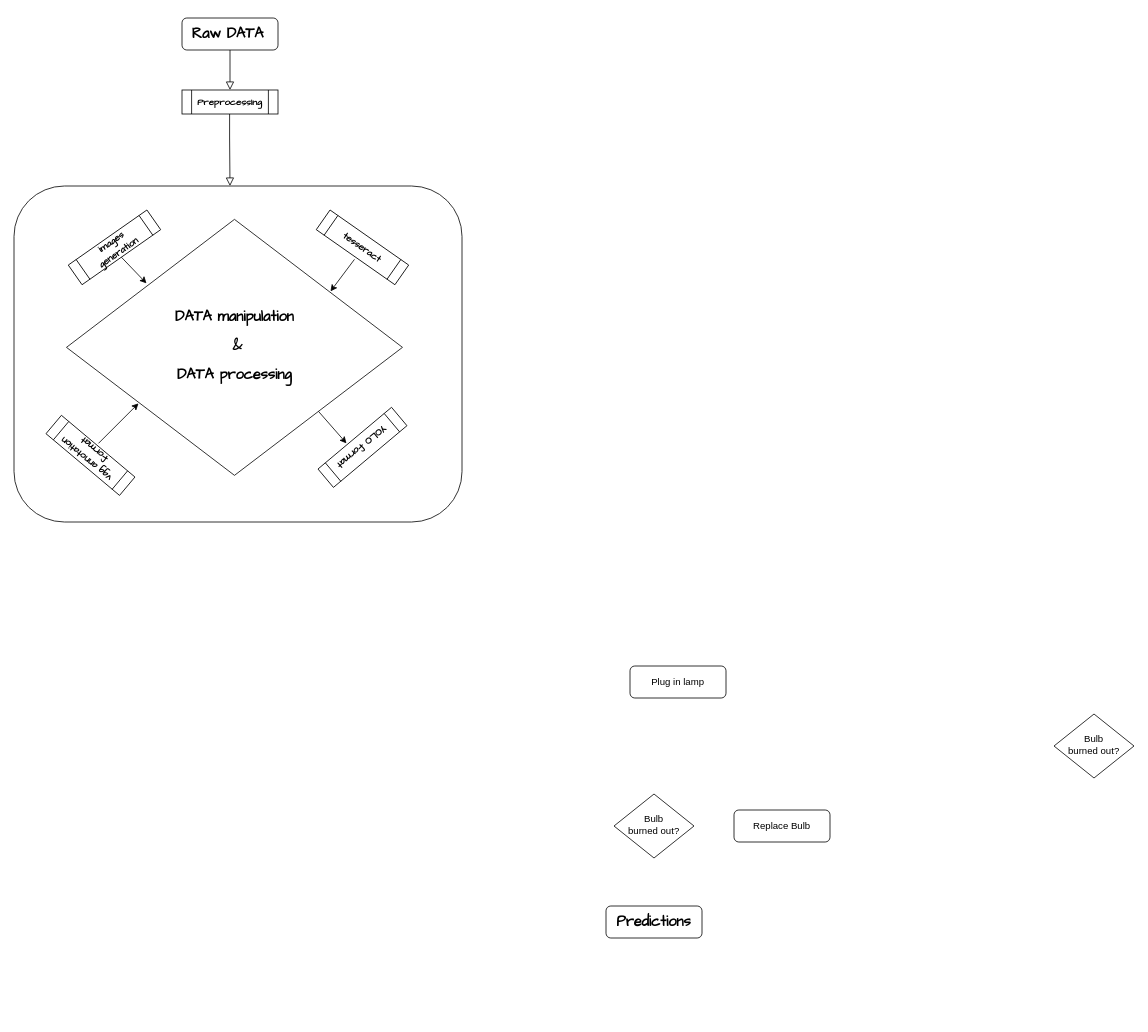
The draw.io diagram pipeline/Untitled Diagram.drawio in IsmaelMekene/OCR-medicalword-detection, before the edit. Source tidied: cells renumbered, new cells numbered last; positions are measured from the earlier drawing's top-left corner, leaving out a move shared by most shapes. Both pictures are drawn from the tidied source at 80%, with x=0, y=0 at pixel (14, 18).
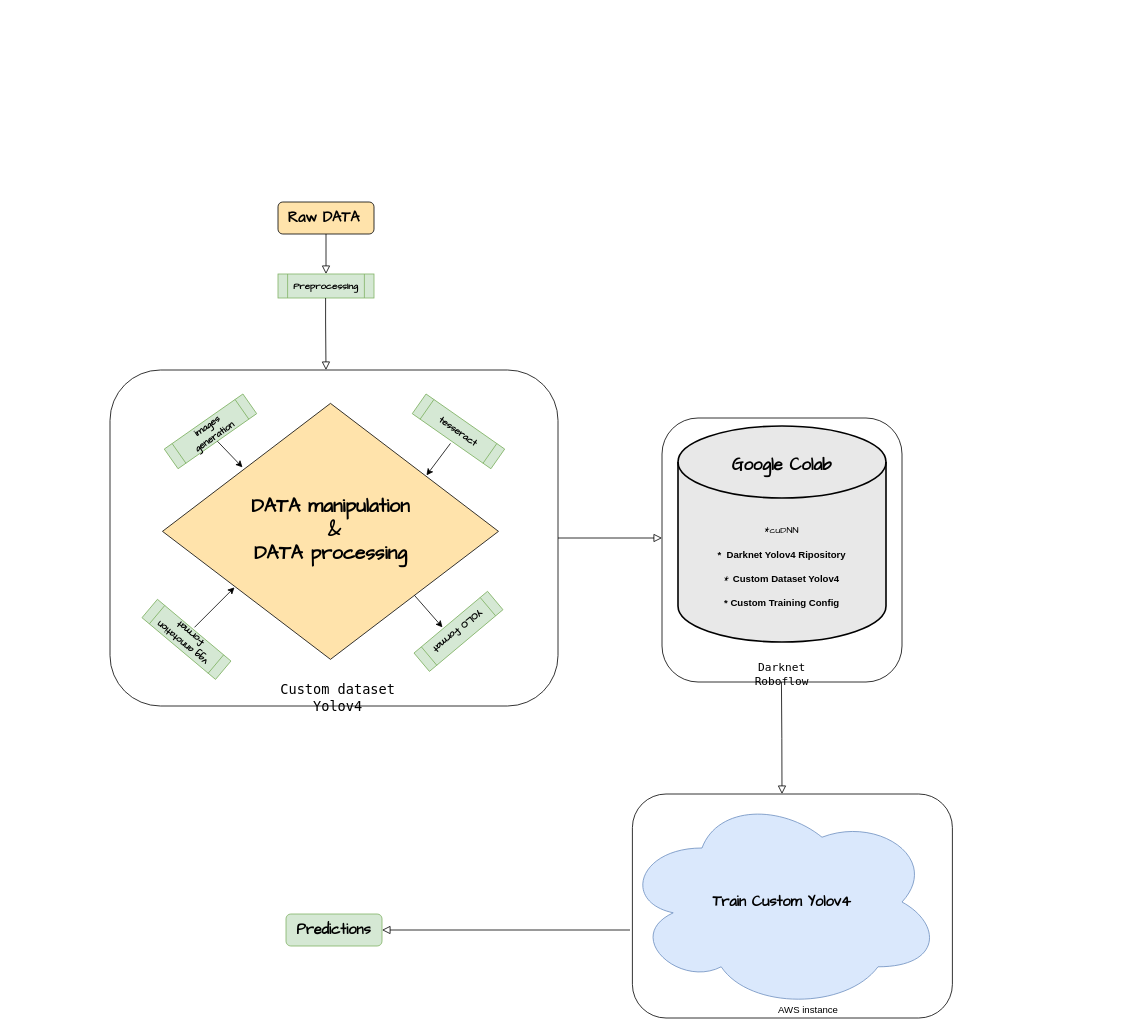
The same page after the edit.

Unchanged cells that the change refers to:
```xml
<mxCell id="9" style="group;" parent="7" vertex="1">
  <mxGeometry y="240" width="506.7" height="390" as="geometry" />
</mxCell>
<mxCell id="19" style="group;" parent="7" vertex="1">
  <mxGeometry x="170" width="120" height="120" as="geometry" />
</mxCell>
```

What changed in the source:
```diff
@@
-    <mxCell id="2" value="Plug in lamp" style="rounded=1;whiteSpace=wrap;html=1;fontSize=12;glass=0;strokeWidth=1;shadow=0;" parent="1" vertex="1">
-      <mxGeometry x="770" y="810" width="120" height="40" as="geometry" />
-    </mxCell>
-    <mxCell id="3" style="group;" parent="1" vertex="1">
-      <mxGeometry x="740" y="970" width="280" height="180" as="geometry" />
-    </mxCell>
-    <mxCell id="4" value="Bulb&lt;br&gt;burned out?" style="rhombus;whiteSpace=wrap;html=1;shadow=0;fontFamily=Helvetica;fontSize=12;align=center;strokeWidth=1;spacing=6;spacingTop=-4;" parent="3" vertex="1">
-      <mxGeometry x="10" width="100" height="80" as="geometry" />
-    </mxCell>
-    <mxCell id="5" value="&lt;h2&gt;&lt;font face=&quot;Comic Sans MS&quot;&gt;Predictions&lt;/font&gt;&lt;/h2&gt;" style="rounded=1;whiteSpace=wrap;html=1;fontSize=12;glass=0;strokeWidth=1;shadow=0;" parent="3" vertex="1">
-      <mxGeometry y="140" width="120" height="40" as="geometry" />
-    </mxCell>
-    <mxCell id="6" value="Replace Bulb" style="rounded=1;whiteSpace=wrap;html=1;fontSize=12;glass=0;strokeWidth=1;shadow=0;" parent="3" vertex="1">
-      <mxGeometry x="160" y="20" width="120" height="40" as="geometry" />
-    </mxCell>
+    <mxCell id="25" style="group;" parent="1" vertex="1">
+      <mxGeometry x="160" y="230" width="1013" height="1020" as="geometry" />
+    </mxCell>
-    <mxCell id="7" style="group;" parent="1" vertex="1">
-      <mxGeometry x="40" width="520" height="630" as="geometry" />
+    <mxCell id="7" style="group;" parent="25" vertex="1">
+      <mxGeometry width="520" height="630" as="geometry" />
     </mxCell>
@@
-    <mxCell id="10" value="&lt;h2&gt;&lt;font face=&quot;Comic Sans MS&quot;&gt;DATA manipulation&lt;/font&gt;&lt;/h2&gt;&lt;h2&gt;&lt;font face=&quot;Comic Sans MS&quot;&gt;&amp;nbsp;&amp;amp;&lt;/font&gt;&lt;/h2&gt;&lt;h2&gt;&lt;font face=&quot;Comic Sans MS&quot;&gt;DATA processing&lt;/font&gt;&lt;/h2&gt;" style="rhombus;whiteSpace=wrap;html=1;shadow=0;fontFamily=Helvetica;fontSize=12;align=center;strokeWidth=1;spacing=6;spacingTop=-4;" parent="9" vertex="1">
+    <mxCell id="10" value="&lt;h1&gt;&lt;font face=&quot;Comic Sans MS&quot;&gt;DATA manipulation&lt;br&gt;&lt;/font&gt;&lt;font face=&quot;Comic Sans MS&quot;&gt;&amp;nbsp;&amp;amp;&lt;br&gt;&lt;/font&gt;&lt;font face=&quot;Comic Sans MS&quot;&gt;DATA processing&lt;/font&gt;&lt;/h1&gt;" style="rhombus;whiteSpace=wrap;html=1;shadow=0;fontFamily=Helvetica;fontSize=12;align=center;strokeWidth=1;spacing=6;spacingTop=-4;fillColor=#FFE3AB;" parent="9" vertex="1">
       <mxGeometry x="25.6" y="11.7" width="420" height="320" as="geometry" />
     </mxCell>
-    <mxCell id="11" value="&lt;h4&gt;&lt;font face=&quot;Comic Sans MS&quot;&gt;images generation&lt;/font&gt;&lt;/h4&gt;" style="shape=process;whiteSpace=wrap;html=1;backgroundOutline=1;fontStyle=1;rotation=-35;" parent="9" vertex="1">
+    <mxCell id="11" value="&lt;h4&gt;&lt;font face=&quot;Comic Sans MS&quot;&gt;images generation&lt;/font&gt;&lt;/h4&gt;" style="shape=process;whiteSpace=wrap;html=1;backgroundOutline=1;fontStyle=1;rotation=-35;fillColor=#d5e8d4;strokeColor=#82b366;" parent="9" vertex="1">
       <mxGeometry x="25.6" y="31.7" width="120" height="30" as="geometry" />
     </mxCell>
-    <mxCell id="12" value="&lt;h4&gt;&lt;font face=&quot;Comic Sans MS&quot;&gt;tesseract&lt;/font&gt;&lt;/h4&gt;" style="shape=process;whiteSpace=wrap;html=1;backgroundOutline=1;fontStyle=1;rotation=35;direction=west;" parent="9" vertex="1">
+    <mxCell id="12" value="&lt;h4&gt;&lt;font face=&quot;Comic Sans MS&quot;&gt;tesseract&lt;/font&gt;&lt;/h4&gt;" style="shape=process;whiteSpace=wrap;html=1;backgroundOutline=1;fontStyle=1;rotation=35;direction=west;fillColor=#d5e8d4;strokeColor=#82b366;" parent="9" vertex="1">
       <mxGeometry x="335.6" y="31.7" width="120" height="30" as="geometry" />
     </mxCell>
-    <mxCell id="13" value="&lt;h4&gt;&lt;font face=&quot;Comic Sans MS&quot;&gt;vgg annotation format&lt;/font&gt;&lt;/h4&gt;" style="shape=process;whiteSpace=wrap;html=1;backgroundOutline=1;fontStyle=1;rotation=-140;" parent="9" vertex="1">
+    <mxCell id="13" value="&lt;h4&gt;&lt;font face=&quot;Comic Sans MS&quot;&gt;vgg annotation format&lt;/font&gt;&lt;/h4&gt;" style="shape=process;whiteSpace=wrap;html=1;backgroundOutline=1;fontStyle=1;rotation=-140;fillColor=#d5e8d4;strokeColor=#82b366;" parent="9" vertex="1">
       <mxGeometry x="-4.4" y="291.7" width="120" height="30" as="geometry" />
     </mxCell>
-    <mxCell id="14" value="&lt;h4&gt;&lt;font face=&quot;Comic Sans MS&quot;&gt;YOLO format&lt;/font&gt;&lt;/h4&gt;" style="shape=process;whiteSpace=wrap;html=1;backgroundOutline=1;fontStyle=1;rotation=-220;" parent="9" vertex="1">
+    <mxCell id="14" value="&lt;h4&gt;&lt;font face=&quot;Comic Sans MS&quot;&gt;YOLO format&lt;/font&gt;&lt;/h4&gt;" style="shape=process;whiteSpace=wrap;html=1;backgroundOutline=1;fontStyle=1;rotation=-220;fillColor=#d5e8d4;strokeColor=#82b366;" parent="9" vertex="1">
       <mxGeometry x="335.6" y="281.7" width="120" height="30" as="geometry" />
     </mxCell>
@@
-    <mxCell id="21" value="&lt;h2&gt;&lt;font face=&quot;Comic Sans MS&quot;&gt;Raw DATA&lt;/font&gt;&amp;nbsp;&lt;/h2&gt;" style="rounded=1;whiteSpace=wrap;html=1;fontSize=12;glass=0;strokeWidth=1;shadow=0;" parent="19" vertex="1">
+    <mxCell id="21" value="&lt;h2&gt;&lt;font face=&quot;Comic Sans MS&quot;&gt;Raw DATA&lt;/font&gt;&amp;nbsp;&lt;/h2&gt;" style="rounded=1;whiteSpace=wrap;html=1;fontSize=12;glass=0;strokeWidth=1;shadow=0;fillColor=#FFE3AB;" parent="19" vertex="1">
       <mxGeometry width="120" height="40" as="geometry" />
     </mxCell>
-    <mxCell id="22" value="&lt;h4&gt;&lt;font face=&quot;Comic Sans MS&quot;&gt;Preprocessing&lt;/font&gt;&lt;/h4&gt;" style="shape=process;whiteSpace=wrap;html=1;backgroundOutline=1;fontStyle=1;" parent="19" vertex="1">
+    <mxCell id="22" value="&lt;h4&gt;&lt;font face=&quot;Comic Sans MS&quot;&gt;Preprocessing&lt;/font&gt;&lt;/h4&gt;" style="shape=process;whiteSpace=wrap;html=1;backgroundOutline=1;fontStyle=1;fillColor=#d5e8d4;strokeColor=#82b366;" parent="19" vertex="1">
       <mxGeometry y="90" width="120" height="30" as="geometry" />
     </mxCell>
@@
-    <mxCell id="24" value="Bulb&lt;br&gt;burned out?" style="rhombus;whiteSpace=wrap;html=1;shadow=0;fontFamily=Helvetica;fontSize=12;align=center;strokeWidth=1;spacing=6;spacingTop=-4;" parent="1" vertex="1">
-      <mxGeometry x="1300" y="870" width="100" height="80" as="geometry" />
-    </mxCell>
+    <mxCell id="26" value="&lt;font face=&quot;Lucida Console&quot; style=&quot;font-size: 17px&quot;&gt;Custom dataset Yolov4&lt;/font&gt;" style="text;html=1;strokeColor=none;fillColor=none;align=center;verticalAlign=middle;whiteSpace=wrap;rounded=0;" parent="7" vertex="1">
+      <mxGeometry x="150" y="610" width="190" height="20" as="geometry" />
+    </mxCell>
+    <mxCell id="27" style="group;" parent="25" vertex="1">
+      <mxGeometry x="650" y="270" width="300" height="330" as="geometry" />
+    </mxCell>
+    <mxCell id="28" style="rounded=1;whiteSpace=wrap;html=1;" parent="27" vertex="1">
+      <mxGeometry width="300" height="330" as="geometry" />
+    </mxCell>
+    <mxCell id="29" value="&lt;h4&gt;&lt;font face=&quot;Comic Sans MS&quot; style=&quot;font-weight: normal&quot;&gt;&lt;br&gt;&lt;/font&gt;&lt;/h4&gt;&lt;h4&gt;&lt;font face=&quot;Comic Sans MS&quot; style=&quot;font-weight: normal&quot;&gt;&lt;br&gt;&lt;/font&gt;&lt;/h4&gt;&lt;h4&gt;&lt;font face=&quot;Comic Sans MS&quot; style=&quot;font-weight: normal&quot;&gt;&lt;br&gt;&lt;/font&gt;&lt;/h4&gt;&lt;h4&gt;&lt;font face=&quot;Comic Sans MS&quot; style=&quot;font-weight: normal&quot;&gt;*cuDNN&lt;/font&gt;&lt;br&gt;&lt;/h4&gt;&lt;h4&gt;*&amp;nbsp; Darknet Yolov4 Ripository&lt;/h4&gt;&lt;div&gt;&lt;font face=&quot;Comic Sans MS&quot;&gt;* &lt;/font&gt;&lt;b&gt;Custom Dataset Yolov4&lt;/b&gt;&lt;/div&gt;&lt;div&gt;&lt;b&gt;&lt;br&gt;&lt;/b&gt;&lt;/div&gt;&lt;div&gt;&lt;b&gt;* Custom Training Config&lt;/b&gt;&lt;/div&gt;&lt;div&gt;&lt;b&gt;&lt;br&gt;&lt;/b&gt;&lt;/div&gt;&lt;div&gt;&lt;b&gt;&amp;nbsp;&lt;/b&gt;&lt;/div&gt;" style="strokeWidth=2;html=1;shape=mxgraph.flowchart.database;whiteSpace=wrap;fillColor=#E8E8E8;" parent="27" vertex="1">
+      <mxGeometry x="20" y="10" width="260" height="270" as="geometry" />
+    </mxCell>
+    <mxCell id="30" value="&lt;h4&gt;&lt;font style=&quot;font-size: 21px&quot; face=&quot;Comic Sans MS&quot;&gt;Google Colab&lt;/font&gt;&lt;/h4&gt;" style="text;html=1;strokeColor=none;fillColor=none;align=center;verticalAlign=middle;whiteSpace=wrap;rounded=0;" parent="27" vertex="1">
+      <mxGeometry x="75" y="40" width="150" height="35" as="geometry" />
+    </mxCell>
+    <mxCell id="31" value="&lt;h4&gt;&lt;font face=&quot;Lucida Console&quot; style=&quot;font-weight: normal ; font-size: 14px&quot;&gt;Darknet Roboflow&lt;/font&gt;&lt;/h4&gt;" style="text;html=1;strokeColor=none;fillColor=none;align=center;verticalAlign=middle;whiteSpace=wrap;rounded=0;" parent="27" vertex="1">
+      <mxGeometry x="90" y="310" width="120" height="20" as="geometry" />
+    </mxCell>
+    <mxCell id="32" style="group;" parent="25" vertex="1">
+      <mxGeometry x="600" y="740" width="413" height="280" as="geometry" />
+    </mxCell>
+    <mxCell id="33" style="rounded=1;whiteSpace=wrap;html=1;" parent="32" vertex="1">
+      <mxGeometry x="13" width="400" height="280" as="geometry" />
+    </mxCell>
+    <mxCell id="34" value="&lt;h2&gt;&lt;font face=&quot;Comic Sans MS&quot;&gt;Train Custom Yolov4&lt;/font&gt;&lt;/h2&gt;" style="ellipse;shape=cloud;whiteSpace=wrap;html=1;fillColor=#dae8fc;strokeColor=#6c8ebf;" parent="32" vertex="1">
+      <mxGeometry width="400" height="270" as="geometry" />
+    </mxCell>
+    <mxCell id="35" value="AWS instance" style="text;html=1;strokeColor=none;fillColor=none;align=center;verticalAlign=middle;whiteSpace=wrap;rounded=0;" parent="32" vertex="1">
+      <mxGeometry x="183" y="260" width="100" height="20" as="geometry" />
+    </mxCell>
+    <mxCell id="36" style="rounded=0;html=1;jettySize=auto;orthogonalLoop=1;fontSize=11;endArrow=block;endFill=0;endSize=8;strokeWidth=1;shadow=0;labelBackgroundColor=none;edgeStyle=orthogonalEdgeStyle;" parent="25" edge="1">
+      <mxGeometry relative="1" as="geometry">
+        <mxPoint x="520" y="420" as="sourcePoint" />
+        <mxPoint x="650" y="420" as="targetPoint" />
+        <Array as="points">
+          <mxPoint x="640" y="420" />
+        </Array>
+      </mxGeometry>
+    </mxCell>
+    <mxCell id="37" style="rounded=0;html=1;jettySize=auto;fontSize=11;endArrow=block;endFill=0;endSize=8;strokeWidth=1;shadow=0;labelBackgroundColor=none;edgeStyle=orthogonalEdgeStyle;" parent="25" edge="1" target="34">
+      <mxGeometry relative="1" as="geometry">
+        <mxPoint x="799.3" y="600" as="sourcePoint" />
+      </mxGeometry>
+    </mxCell>
+    <mxCell id="5" value="&lt;h2&gt;&lt;font face=&quot;Comic Sans MS&quot;&gt;Predictions&lt;/font&gt;&lt;/h2&gt;" style="rounded=1;whiteSpace=wrap;html=1;fontSize=12;glass=0;strokeWidth=1;shadow=0;fillColor=#d5e8d4;strokeColor=#82b366;" parent="25" vertex="1">
+      <mxGeometry x="180" y="890" width="120" height="40" as="geometry" />
+    </mxCell>
+    <mxCell id="38" style="rounded=0;html=1;jettySize=auto;fontSize=11;endArrow=block;endFill=0;endSize=8;strokeWidth=1;shadow=0;labelBackgroundColor=none;edgeStyle=orthogonalEdgeStyle;entryX=1;entryY=0.5;entryDx=0;entryDy=0;" parent="25" edge="1" target="5">
+      <mxGeometry relative="1" as="geometry">
+        <mxPoint x="610" y="910" as="sourcePoint" />
+        <Array as="points">
+          <mxPoint x="470" y="910" />
+          <mxPoint x="470" y="910" />
+        </Array>
+      </mxGeometry>
+    </mxCell>
```
